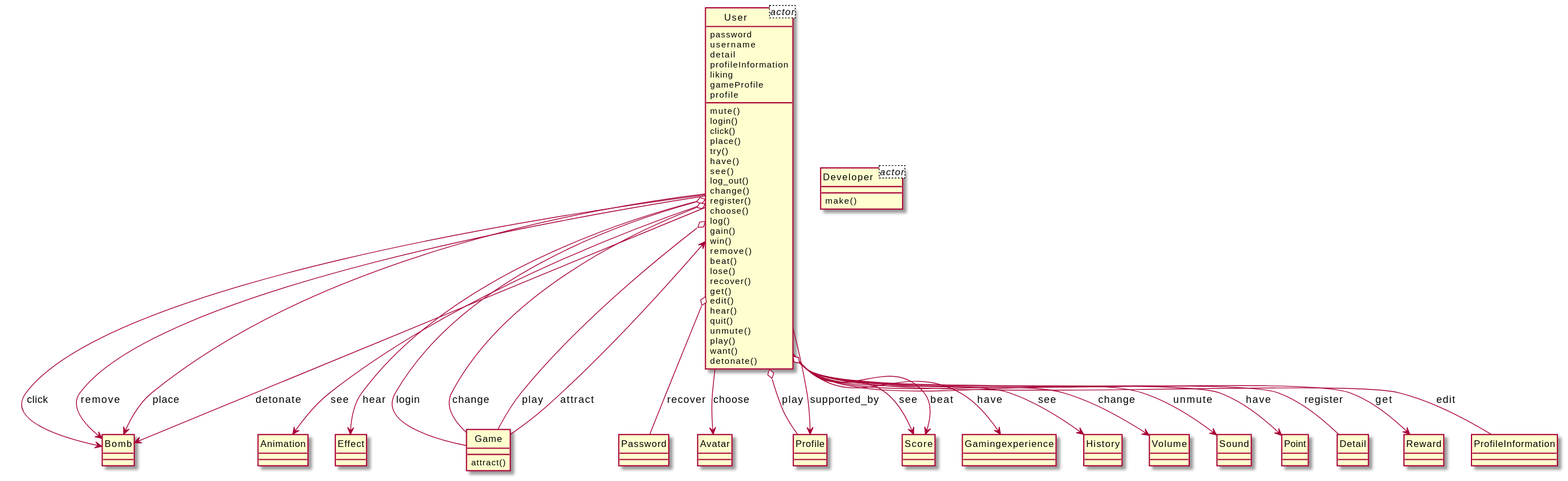
Before: output/diagram_5/2016-USC-Project06.svg, a diagram exported from PlantUML (xixixhalu/DomainModelExtractor).
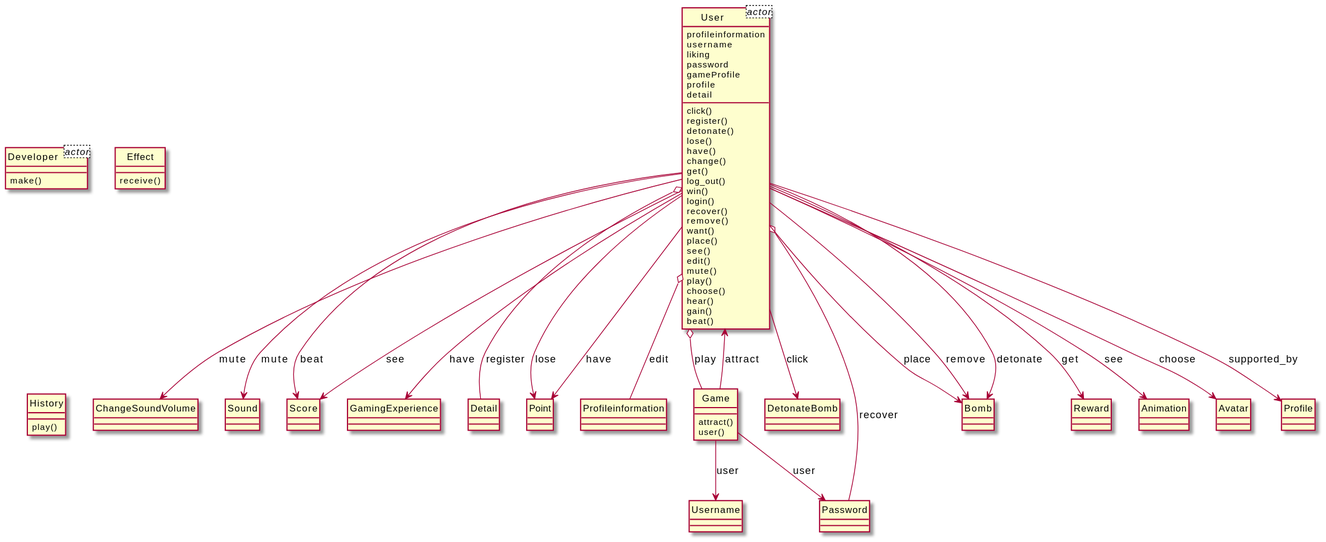
After the change.

What changed in the source:
```diff
@@ -1,102 +1,103 @@
 @startuml
 hide circle
 class User<actor> {
+	profileinformation
+	username
+	liking
 	password
-	username
-	detail
-	profileInformation
-	liking
 	gameProfile
 	profile
+	detail
 }
 class Developer<actor> {
 }
 class User {
+	click()
+	register()
+	detonate()
+	lose()
+	have()
+	change()
+	get()
+	log_out()
+	win()
+	login()
+	recover()
+	remove()
+	want()
+	place()
+	see()
+	edit()
 	mute()
-	login()
-	click()
-	place()
-	try()
-	have()
-	see()
-	log_out()
-	change()
-	register()
+	play()
 	choose()
-	log()
+	hear()
 	gain()
-	win()
-	remove()
 	beat()
-	lose()
-	recover()
-	get()
-	edit()
-	hear()
-	quit()
-	unmute()
-	play()
-	want()
-	detonate()
 }
-class Bomb {
+class ChangeSoundVolume {
 }
-class Animation {
+class Sound {
+}
+class Score {
+}
+class GamingExperience {
 }
 class Effect {
+	receive()
+}
+class Detail {
+}
+class Point {
+}
+class Profileinformation {
 }
 class Game {
 	attract()
+	user()
+}
+class DetonateBomb {
 }
 class Password {
 }
-class Avatar {
+class Bomb {
 }
 class Developer {
 	make()
 }
+class Reward {
+}
+class Animation {
+}
+class Avatar {
+}
+class History {
+	play()
+}
+class Username {
+}
 class Profile {
 }
-class Score {
-}
-class Gamingexperience {
-}
-class History {
-}
-class Volume {
-}
-class Sound {
-}
-class Point {
-}
-class Detail {
-}
-class Reward {
-}
-class ProfileInformation {
-}
+User --> Score : beat
+User --> Profile : supported_by
+Game --> User : attract
+User o-- Password : recover
+User --> GamingExperience : have
+User o-- Game : play
+Game --> Username : user
+User --> DetonateBomb : click
+Game --> Password : user
+User o-- Profileinformation : edit
+User --> Bomb : place
+User --> Bomb : remove
+User --> Point : lose
+User --> Reward : get
+User --> Score : see
+User --> Animation : see
+User --> Point : have
+User --> ChangeSoundVolume : mute
+User --> Bomb : detonate
 User --> Avatar : choose
-User --> Animation : see
-User --> Effect : hear
-User --> Bomb : click
-User --> Bomb : remove
-User o-- Game : login
-User o-- Profile : play
-User --> Bomb : place
-User --> Reward : get
-User o-- ProfileInformation : edit
-User --> Score : see
-User o-- Game : change
-User --> Profile : supported_by
-User --> Gamingexperience : have
-User --> History : see
-User o-- Game : play
-User --> Volume : change
-User --> Score : beat
-User --> Sound : unmute
-User --> Point : have
-User --> Bomb : detonate
 User o-- Detail : register
-User o-- Password : recover
-Game --> User : attract
+User --> Sound : mute
 @enduml
```
